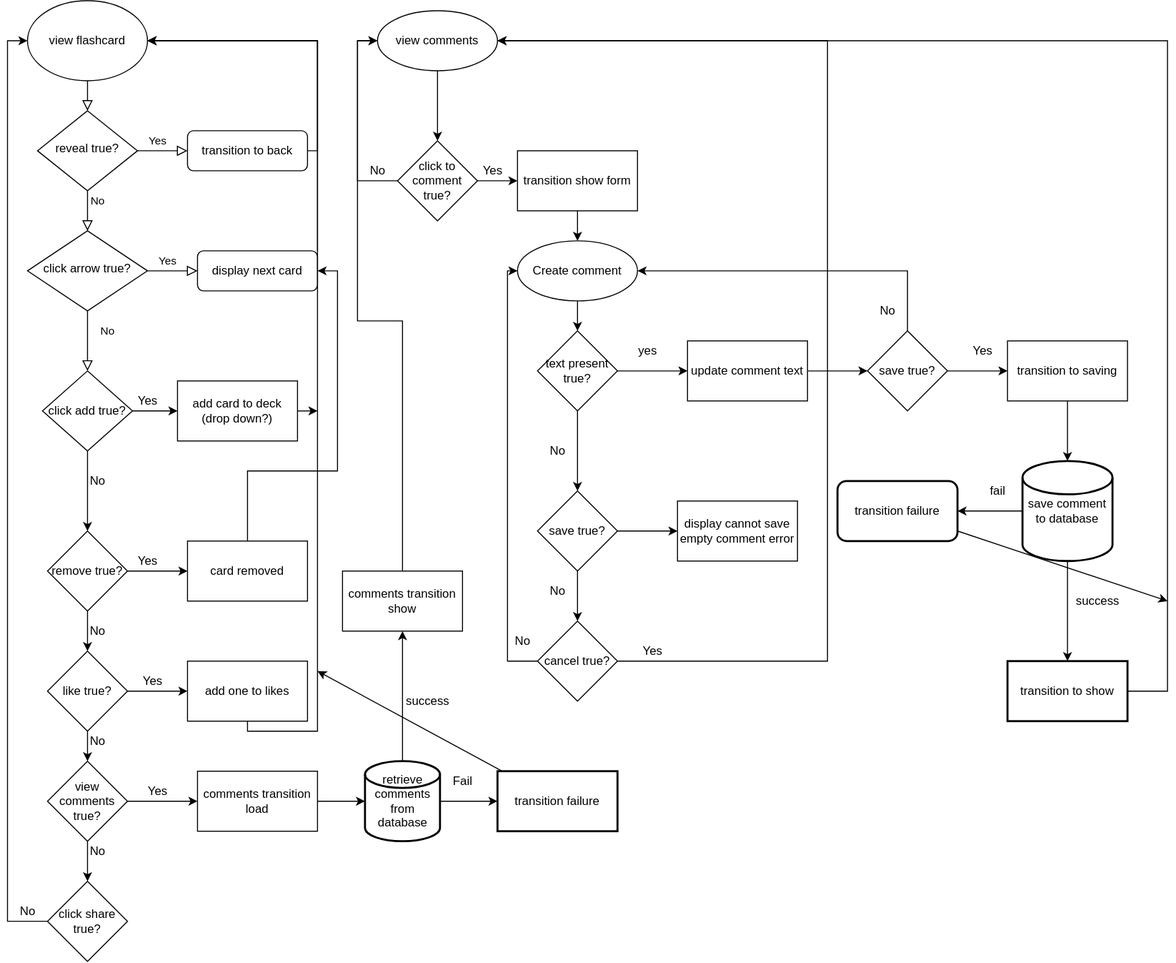
Diogenesoftoronto/flashnerds keeps this draw.io diagram as planning/flashcards.drawio.svg. Above is the earlier version. Source tidied: cells renumbered, new cells last; positions are measured from the earlier drawing's top-left corner, leaving out a move shared by most shapes.
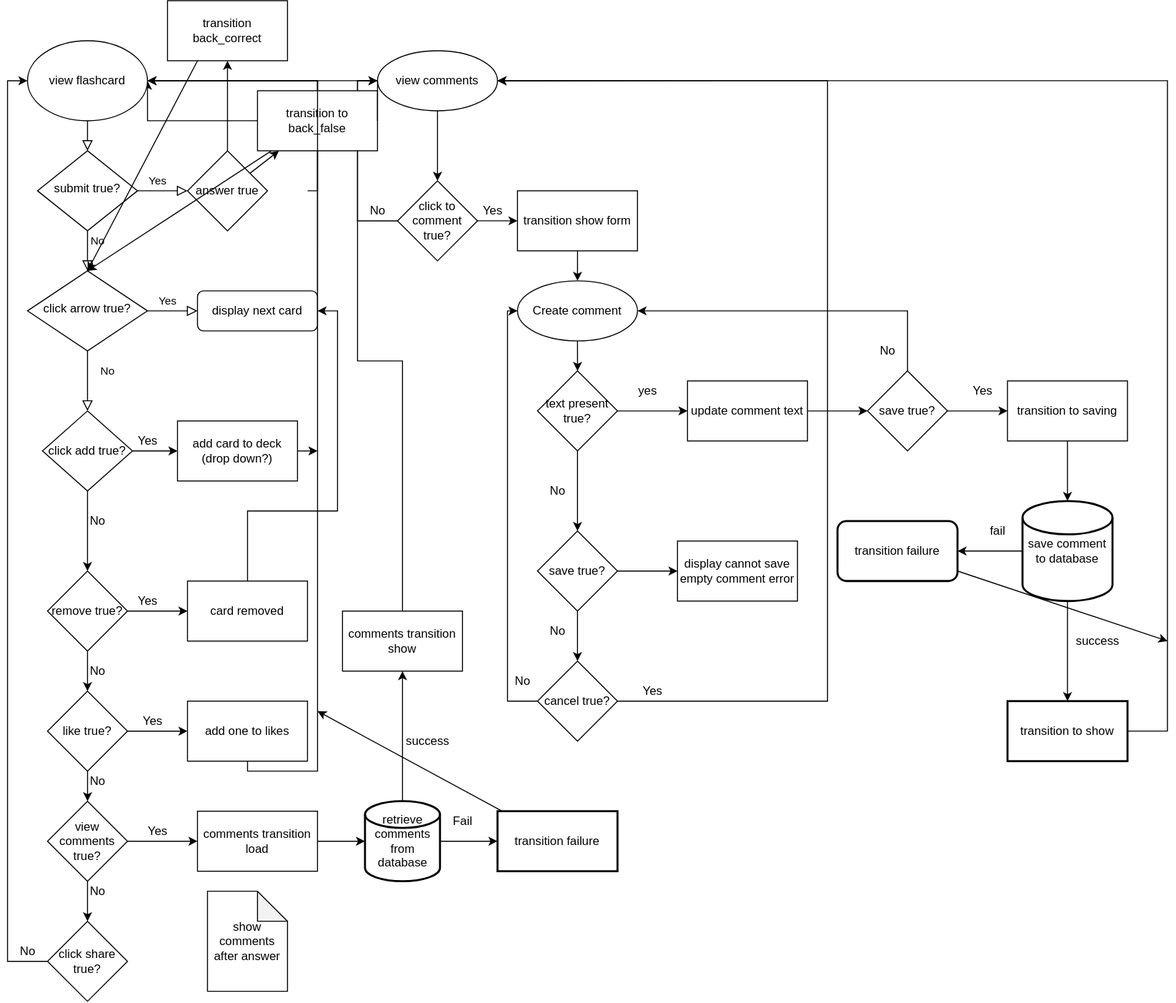
The same diagram one commit later.

Commit message:
add suggestion from pedro in svg

Diff of the diagram source:
```diff
@@ -12,16 +12,18 @@
         <mxPoint x="-16" y="-50" as="offset" />
       </mxGeometry>
     </mxCell>
-    <mxCell id="4" value="No" style="edgeStyle=orthogonalEdgeStyle;rounded=0;html=1;jettySize=auto;fontSize=11;endArrow=block;endFill=0;endSize=8;strokeWidth=1;shadow=0;labelBackgroundColor=none;" parent="1" edge="1" source="5" target="7">
+    <mxCell id="4" value="No" style="edgeStyle=orthogonalEdgeStyle;rounded=0;html=1;jettySize=auto;fontSize=11;endArrow=block;endFill=0;endSize=8;strokeWidth=1;shadow=0;labelBackgroundColor=none;" parent="1" edge="1" source="5">
       <mxGeometry x="-1" y="-64" relative="1" as="geometry">
+        <mxPoint x="180" y="150" as="targetPoint" />
         <mxPoint x="-40" y="-14" as="offset" />
       </mxGeometry>
     </mxCell>
-    <mxCell id="5" value="reveal true?" style="rhombus;whiteSpace=wrap;html=1;shadow=0;fontFamily=Helvetica;fontSize=12;align=center;strokeWidth=1;spacing=6;spacingTop=-4;" parent="1" vertex="1">
+    <mxCell id="5" value="submit true?" style="rhombus;whiteSpace=wrap;html=1;shadow=0;fontFamily=Helvetica;fontSize=12;align=center;strokeWidth=1;spacing=6;spacingTop=-4;" parent="1" vertex="1">
       <mxGeometry x="30" y="110" width="100" height="80" as="geometry" />
     </mxCell>
-    <mxCell id="6" style="edgeStyle=orthogonalEdgeStyle;rounded=0;jettySize=auto;html=1;entryX=1;entryY=0.5;entryDx=0;entryDy=0;" parent="1" edge="1" source="7">
+    <mxCell id="6" style="edgeStyle=orthogonalEdgeStyle;rounded=0;orthogonalLoop=1;jettySize=auto;html=1;entryX=1;entryY=0.5;entryDx=0;entryDy=0;" parent="1" edge="1">
       <mxGeometry relative="1" as="geometry">
+        <mxPoint x="300" y="150" as="sourcePoint" />
         <mxPoint x="140" y="40" as="targetPoint" />
         <Array as="points">
           <mxPoint x="310" y="150" />
@@ -29,9 +31,6 @@
         </Array>
       </mxGeometry>
     </mxCell>
-    <mxCell id="7" value="transition to back" style="rounded=1;whiteSpace=wrap;html=1;fontSize=12;glass=0;strokeWidth=1;shadow=0;" parent="1" vertex="1">
-      <mxGeometry x="180" y="130" width="120" height="40" as="geometry" />
-    </mxCell>
     <mxCell id="8" value="No" style="rounded=0;html=1;jettySize=auto;fontSize=11;endArrow=block;endFill=0;endSize=8;strokeWidth=1;shadow=0;labelBackgroundColor=none;edgeStyle=orthogonalEdgeStyle;entryX=0.5;entryY=0;entryDx=0;entryDy=0;" parent="1" edge="1" source="10" target="15">
       <mxGeometry x="-0.33" y="20" relative="1" as="geometry" />
     </mxCell>
@@ -105,13 +104,9 @@
     <mxCell id="27" value="like true?" style="rhombus;whiteSpace=wrap;html=1;" parent="1" vertex="1">
       <mxGeometry x="40" y="650" width="80" height="80" as="geometry" />
     </mxCell>
-    <mxCell id="28" style="edgeStyle=orthogonalEdgeStyle;rounded=0;jettySize=auto;html=1;entryX=1;entryY=0.5;entryDx=0;entryDy=0;" parent="1" edge="1" source="29">
+    <mxCell id="28" style="edgeStyle=orthogonalEdgeStyle;rounded=0;jettySize=auto;html=1;entryX=1;entryY=0.5;entryDx=0;entryDy=0;startArrow=none;" parent="1" edge="1" source="104">
       <mxGeometry relative="1" as="geometry">
         <mxPoint x="140" y="40" as="targetPoint" />
-        <Array as="points">
-          <mxPoint x="310" y="730" />
-          <mxPoint x="310" y="40" />
-        </Array>
       </mxGeometry>
     </mxCell>
     <mxCell id="29" value="add one to likes" style="whiteSpace=wrap;html=1;" parent="1" vertex="1">
@@ -355,5 +350,39 @@
     <mxCell id="97" value="yes" style="text;html=1;align=center;verticalAlign=middle;strokeColor=none;fillColor=none;" parent="1" vertex="1">
       <mxGeometry x="625" y="340" width="30" height="20" as="geometry" />
     </mxCell>
+    <mxCell id="98" style="edgeStyle=none;html=1;" parent="1" edge="1" source="100" target="102">
+      <mxGeometry relative="1" as="geometry" />
+    </mxCell>
+    <mxCell id="99" style="edgeStyle=none;html=1;" parent="1" edge="1" source="100" target="104">
+      <mxGeometry relative="1" as="geometry" />
+    </mxCell>
+    <mxCell id="100" value="answer true" style="rhombus;whiteSpace=wrap;html=1;" parent="1" vertex="1">
+      <mxGeometry x="180" y="110" width="80" height="80" as="geometry" />
+    </mxCell>
+    <mxCell id="101" style="edgeStyle=none;html=1;exitX=0.25;exitY=1;exitDx=0;exitDy=0;entryX=0.5;entryY=0;entryDx=0;entryDy=0;" parent="1" edge="1" source="102" target="10">
+      <mxGeometry relative="1" as="geometry" />
+    </mxCell>
+    <mxCell id="102" value="transition back_correct" style="whiteSpace=wrap;html=1;" parent="1" vertex="1">
+      <mxGeometry x="160" y="-40" width="120" height="60" as="geometry" />
+    </mxCell>
+    <mxCell id="103" style="edgeStyle=none;html=1;" parent="1" edge="1" source="104">
+      <mxGeometry relative="1" as="geometry">
+        <mxPoint x="80" y="230" as="targetPoint" />
+      </mxGeometry>
+    </mxCell>
+    <mxCell id="104" value="transition to back_false" style="whiteSpace=wrap;html=1;" parent="1" vertex="1">
+      <mxGeometry x="250" y="50" width="120" height="60" as="geometry" />
+    </mxCell>
+    <mxCell id="105" style="edgeStyle=orthogonalEdgeStyle;rounded=0;jettySize=auto;html=1;entryX=1;entryY=0.5;entryDx=0;entryDy=0;endArrow=none;" parent="1" edge="1" source="29" target="104">
+      <mxGeometry relative="1" as="geometry">
+        <Array as="points">
+          <mxPoint x="310" y="730" />
+          <mxPoint x="310" y="40" />
+        </Array>
+      </mxGeometry>
+    </mxCell>
+    <mxCell id="106" value="show comments after answer" style="shape=note;whiteSpace=wrap;html=1;backgroundOutline=1;darkOpacity=0.05;" parent="1" vertex="1">
+      <mxGeometry x="200" y="850" width="80" height="100" as="geometry" />
+    </mxCell>
   </root>
 </mxGraphModel>
```
